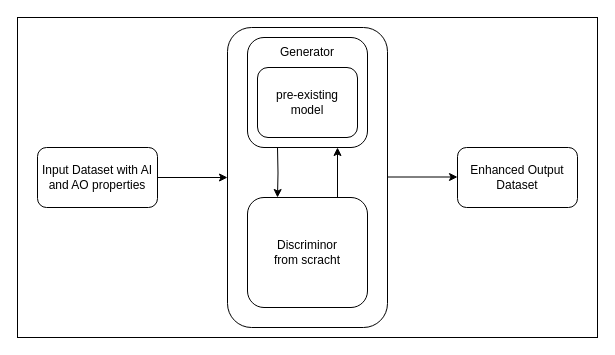
qvelard/BiomolGeneration keeps this draw.io diagram as Images/GAN.drawio. Above is the earlier version. Source tidied: cells renumbered, new cells numbered last; positions are measured from the earlier drawing's top-left corner, leaving out a move shared by most shapes. Both pictures are drawn from the tidied source at 100%, with x=0, y=0 at pixel (17, 17).
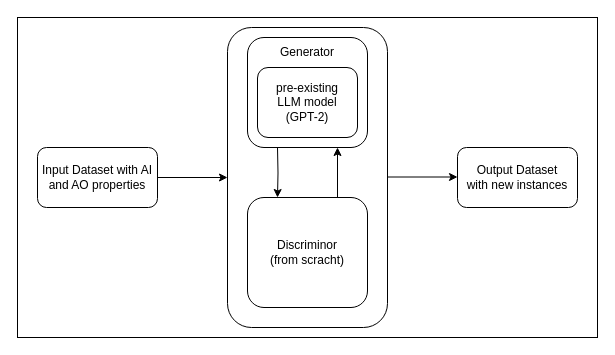
Above is the later version.

What changed in the source:
```diff
@@
 <mxGraphModel>
   <root>
     <mxCell id="0" />
     <mxCell id="1" parent="0" />
     <mxCell id="2" style="rounded=0;whiteSpace=wrap;html=1;" parent="1" vertex="1">
       <mxGeometry width="580" height="320" as="geometry" />
     </mxCell>
     <mxCell id="3" style="edgeStyle=orthogonalEdgeStyle;rounded=0;jettySize=auto;html=1;exitX=1;exitY=0.5;exitDx=0;exitDy=0;" parent="1" edge="1" source="4" target="5">
       <mxGeometry relative="1" as="geometry" />
     </mxCell>
     <mxCell id="4" value="Input Dataset with AI and AO properties" style="rounded=1;whiteSpace=wrap;html=1;" parent="1" vertex="1">
       <mxGeometry x="20" y="130" width="120" height="60" as="geometry" />
     </mxCell>
     <mxCell id="5" style="rounded=1;whiteSpace=wrap;html=1;" parent="1" vertex="1">
       <mxGeometry x="210" y="10" width="160" height="300" as="geometry" />
     </mxCell>
     <mxCell id="6" style="edgeStyle=orthogonalEdgeStyle;rounded=0;jettySize=auto;html=1;exitX=0.25;exitY=1;exitDx=0;exitDy=0;entryX=0.25;entryY=0;entryDx=0;entryDy=0;" parent="1" edge="1" target="8">
       <mxGeometry relative="1" as="geometry">
         <mxPoint x="260" y="130" as="sourcePoint" />
       </mxGeometry>
     </mxCell>
     <mxCell id="7" style="edgeStyle=orthogonalEdgeStyle;rounded=0;jettySize=auto;html=1;exitX=0.75;exitY=0;exitDx=0;exitDy=0;entryX=0.75;entryY=1;entryDx=0;entryDy=0;" parent="1" edge="1" source="8">
       <mxGeometry relative="1" as="geometry">
         <mxPoint x="320" y="130" as="targetPoint" />
       </mxGeometry>
     </mxCell>
-    <mxCell id="8" value="Discriminor&lt;div&gt;from scracht&lt;/div&gt;" style="rounded=1;whiteSpace=wrap;html=1;" parent="1" vertex="1">
+    <mxCell id="8" value="Discriminor&lt;div&gt;(from scracht)&lt;/div&gt;" style="rounded=1;whiteSpace=wrap;html=1;" parent="1" vertex="1">
       <mxGeometry x="230" y="180" width="120" height="110" as="geometry" />
     </mxCell>
-    <mxCell id="9" value="Enhanced Output Dataset" style="rounded=1;whiteSpace=wrap;html=1;" parent="1" vertex="1">
+    <mxCell id="9" value="Output Dataset&lt;div&gt;with new instances&lt;/div&gt;" style="rounded=1;whiteSpace=wrap;html=1;" parent="1" vertex="1">
       <mxGeometry x="440" y="130" width="120" height="60" as="geometry" />
     </mxCell>
     <mxCell id="10" style="rounded=1;whiteSpace=wrap;html=1;" parent="1" vertex="1">
       <mxGeometry x="230" y="20" width="120" height="110" as="geometry" />
     </mxCell>
-    <mxCell id="11" value="pre-existing&lt;div&gt;model&lt;/div&gt;" style="rounded=1;whiteSpace=wrap;html=1;" parent="1" vertex="1">
+    <mxCell id="11" value="pre-existing&lt;div class=&quot;custom-cursor-default-hover&quot;&gt;LLM model&lt;/div&gt;&lt;div class=&quot;custom-cursor-default-hover&quot;&gt;(GPT-2)&lt;/div&gt;" style="rounded=1;whiteSpace=wrap;html=1;" parent="1" vertex="1">
       <mxGeometry x="240" y="50" width="100" height="70" as="geometry" />
     </mxCell>
     <mxCell id="12" value="Generator" style="text;html=1;align=center;verticalAlign=middle;whiteSpace=wrap;rounded=0;" parent="1" vertex="1">
       <mxGeometry x="260" y="20" width="60" height="30" as="geometry" />
     </mxCell>
     <mxCell id="13" style="edgeStyle=orthogonalEdgeStyle;rounded=0;orthogonalLoop=1;jettySize=auto;html=1;exitX=1;exitY=0.5;exitDx=0;exitDy=0;" parent="1" edge="1">
       <mxGeometry relative="1" as="geometry">
         <mxPoint x="370" y="159.5" as="sourcePoint" />
         <mxPoint x="440" y="159.5" as="targetPoint" />
       </mxGeometry>
     </mxCell>
   </root>
 </mxGraphModel>
```
